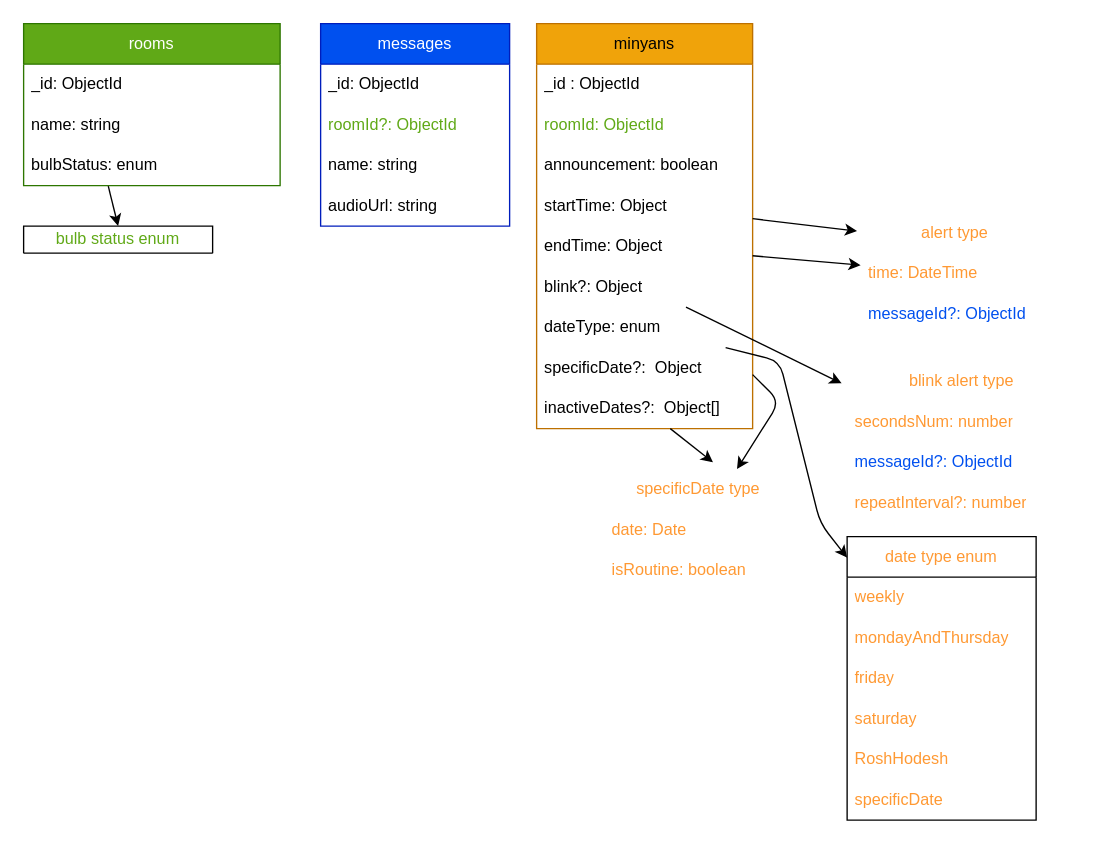
The draw.io diagram server/schema-plan.drawio in n-b-solutions/hershul, before the edit. Source tidied: cells renumbered, new cells numbered last; positions are measured from the earlier drawing's top-left corner, leaving out a move shared by most shapes. Both pictures are drawn from the tidied source at 135%, with x=0, y=0 at pixel (23, 23).
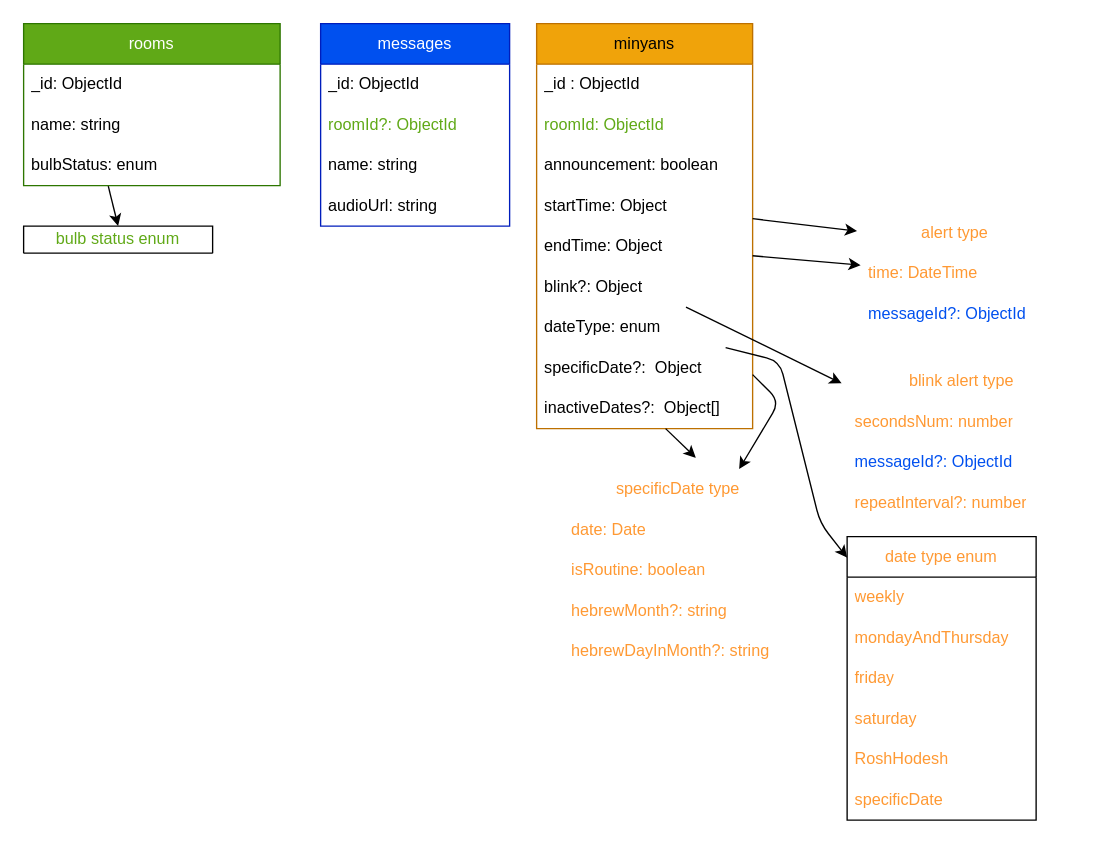
The same page after the edit.

Commit message:
Update schema diagram: adjust dimensions and add new fields for Hebrew date representation

What changed in the source:
```diff
@@
     <mxCell id="41" value="specificDate type" style="swimlane;fontStyle=0;horizontal=1;startSize=30;whiteSpace=wrap;html=1;labelBackgroundColor=none;strokeColor=#FFFFFF;fontColor=#FF9933;fillColor=none;" parent="1" vertex="1">
-      <mxGeometry x="430" y="330" width="140" height="90" as="geometry" />
+      <mxGeometry x="400" y="330" width="170" height="150" as="geometry" />
     </mxCell>
     <mxCell id="42" value="date: Date" style="text;strokeColor=none;fillColor=none;align=left;verticalAlign=middle;spacingLeft=4;spacingRight=4;overflow=hidden;whiteSpace=wrap;html=1;labelBackgroundColor=none;fontColor=#FF9933;" parent="41" vertex="1">
-      <mxGeometry y="30" width="140" height="30" as="geometry" />
+      <mxGeometry y="30" width="170" height="30" as="geometry" />
     </mxCell>
     <mxCell id="43" value="isRoutine: boolean" style="text;strokeColor=none;fillColor=none;align=left;verticalAlign=middle;spacingLeft=4;spacingRight=4;overflow=hidden;whiteSpace=wrap;html=1;labelBackgroundColor=none;fontColor=#FF9933;" parent="41" vertex="1">
-      <mxGeometry y="60" width="140" height="30" as="geometry" />
+      <mxGeometry y="60" width="170" height="30" as="geometry" />
     </mxCell>
+    <mxCell id="46" value="hebrewMonth?: string" style="text;strokeColor=none;fillColor=none;align=left;verticalAlign=middle;spacingLeft=4;spacingRight=4;overflow=hidden;whiteSpace=wrap;html=1;labelBackgroundColor=none;fontColor=#FF9933;" parent="41" vertex="1">
+      <mxGeometry y="90" width="170" height="30" as="geometry" />
+    </mxCell>
+    <mxCell id="47" value="hebrewDayInMonth?: string" style="text;strokeColor=none;fillColor=none;align=left;verticalAlign=middle;spacingLeft=4;spacingRight=4;overflow=hidden;whiteSpace=wrap;html=1;labelBackgroundColor=none;fontColor=#FF9933;" parent="41" vertex="1">
+      <mxGeometry y="120" width="170" height="30" as="geometry" />
+    </mxCell>
```
